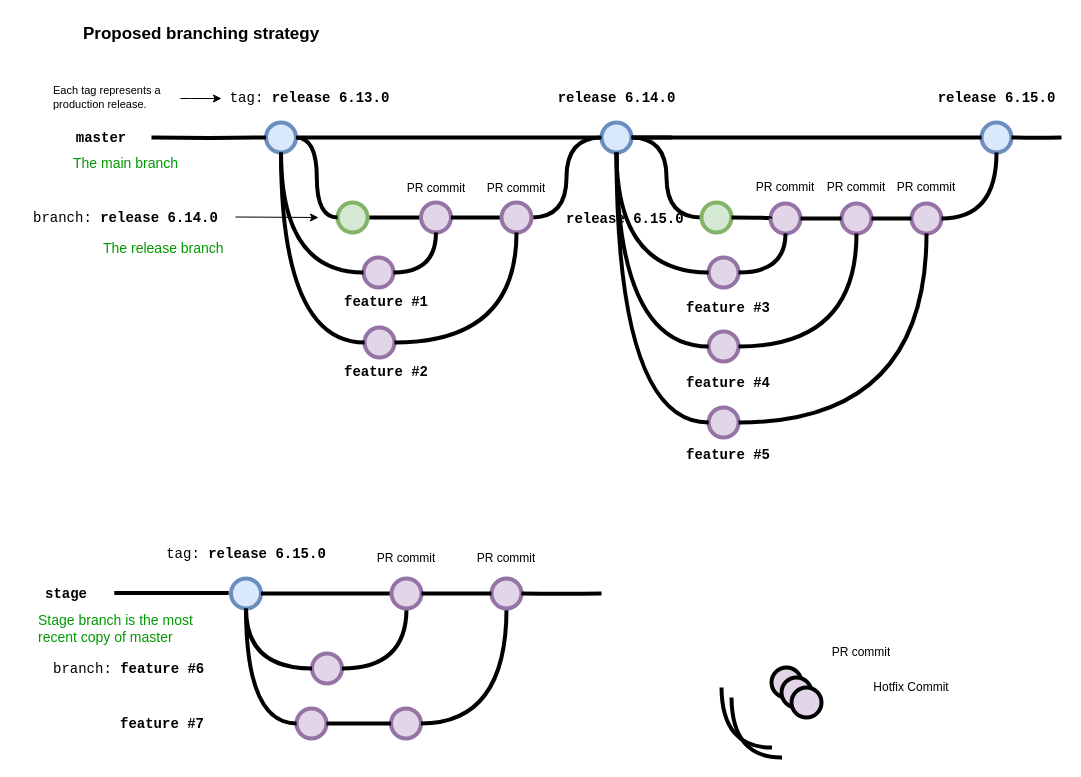
Before: Branching Strategy.drawio in nashokin/Branching, a draw.io diagram. Source tidied: cells renumbered, new cells numbered last; positions are measured from the earlier drawing's top-left corner, leaving out a move shared by most shapes. Both pictures are drawn from the tidied source at 100%, with x=0, y=0 at pixel (31, 17).
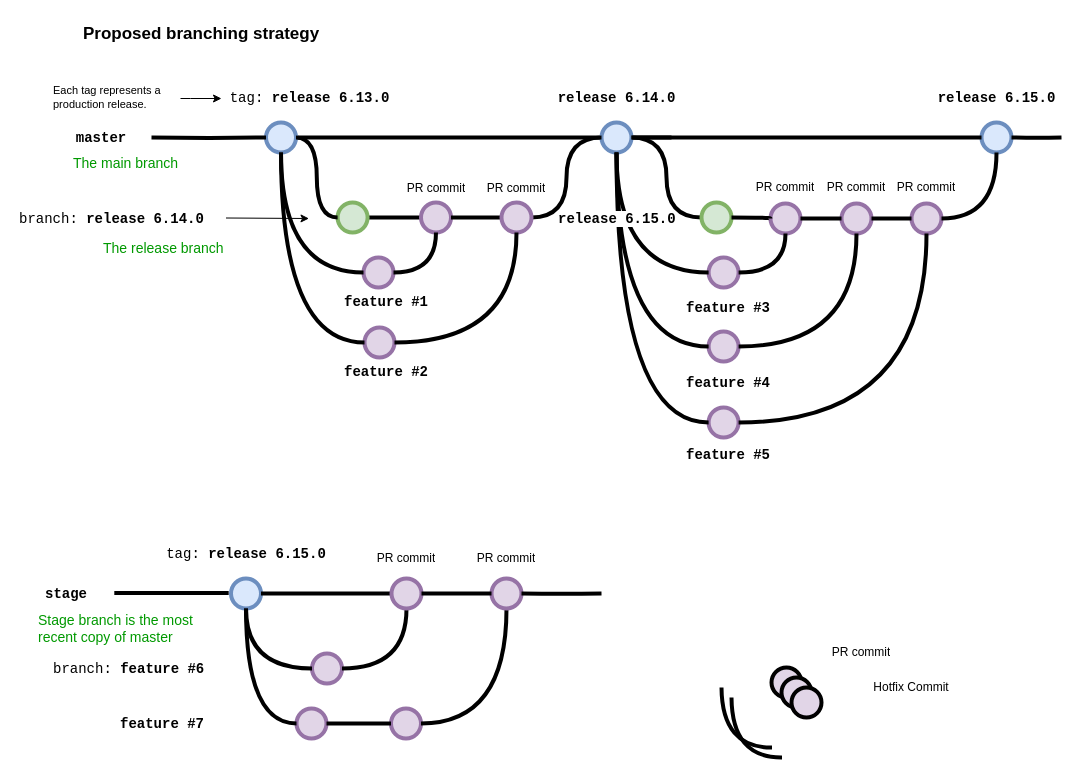
Above is the later version.

Change to the diagram source:
```diff
@@
     <mxCell id="16" value="&lt;span style=&quot;font-weight: normal;&quot;&gt;branch:&amp;nbsp;&lt;/span&gt;release 6.14.0" style="text;html=1;strokeColor=none;fillColor=none;align=left;verticalAlign=middle;whiteSpace=wrap;overflow=hidden;fontSize=14;fontStyle=1;fontFamily=Courier New;" parent="1" vertex="1">
-      <mxGeometry y="190" width="194.5" height="20" as="geometry" />
+      <mxGeometry x="-14.5" y="191" width="194.5" height="20" as="geometry" />
     </mxCell>
@@
     <mxCell id="29" style="endArrow=classic;html=1;strokeWidth=1;fontFamily=Courier New;fontColor=#009900;" parent="1" edge="1">
       <mxGeometry relative="1" as="geometry">
-        <mxPoint x="204" y="199.5" as="sourcePoint" />
-        <mxPoint x="287" y="200" as="targetPoint" />
+        <mxPoint x="194.5" y="200.5" as="sourcePoint" />
+        <mxPoint x="277.5" y="201" as="targetPoint" />
       </mxGeometry>
     </mxCell>
@@
-    <mxCell id="40" value="release 6.15.0" style="text;html=1;strokeColor=none;fillColor=none;align=left;verticalAlign=middle;whiteSpace=wrap;overflow=hidden;fontSize=14;fontStyle=1;fontFamily=Courier New;" parent="1" vertex="1">
-      <mxGeometry x="532.8" y="191" width="124.5" height="20" as="geometry" />
-    </mxCell>
@@
+    <mxCell id="40" value="release 6.15.0" style="text;html=1;strokeColor=none;fillColor=none;align=left;verticalAlign=middle;whiteSpace=wrap;overflow=hidden;fontSize=14;fontStyle=1;fontFamily=Courier New;labelBackgroundColor=default;" parent="1" vertex="1">
+      <mxGeometry x="524.8" y="191" width="124.5" height="20" as="geometry" />
+    </mxCell>
```
